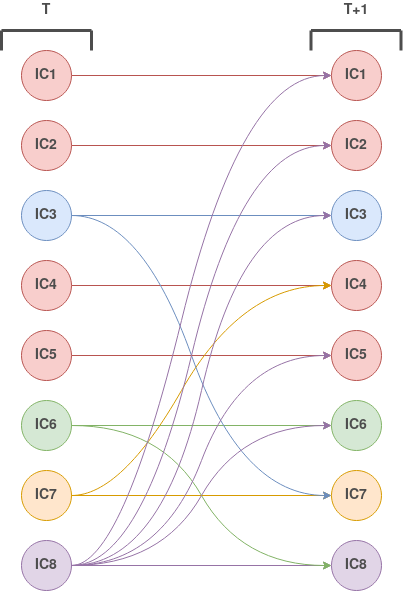
Before: res/brain_model.png, a diagram exported from draw.io (nihil21/neural-connectivity-bayesnet). Source tidied: cells renumbered, new cells last; positions are measured from the earlier drawing's top-left corner, leaving out a move shared by most shapes.
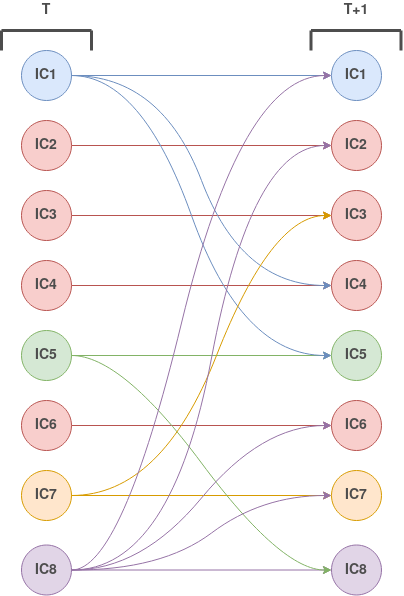
Above is the later version.

The edit, as a diff of the source:
```diff
@@ -2,10 +2,10 @@
   <root>
     <mxCell id="0" />
     <mxCell id="1" parent="0" />
-    <mxCell id="2" style="edgeStyle=orthogonalEdgeStyle;rounded=0;jettySize=auto;html=1;exitX=1;exitY=0.5;exitDx=0;exitDy=0;entryX=0;entryY=0.5;entryDx=0;entryDy=0;fontColor=#FFFFFF;strokeWidth=1;fillColor=#f8cecc;strokeColor=#b85450;" parent="1" edge="1" source="3" target="18">
+    <mxCell id="2" style="edgeStyle=orthogonalEdgeStyle;rounded=0;jettySize=auto;html=1;exitX=1;exitY=0.5;exitDx=0;exitDy=0;entryX=0;entryY=0.5;entryDx=0;entryDy=0;fontColor=#FFFFFF;strokeWidth=1;fillColor=#dae8fc;strokeColor=#6c8ebf;" parent="1" edge="1" source="3" target="18">
       <mxGeometry relative="1" as="geometry" />
     </mxCell>
-    <mxCell id="3" value="&lt;font style=&quot;font-size: 14px&quot; color=&quot;#4D4D4D&quot;&gt;&lt;b&gt;IC1&lt;/b&gt;&lt;/font&gt;" style="ellipse;whiteSpace=wrap;html=1;strokeWidth=1;fillColor=#f8cecc;strokeColor=#b85450;" parent="1" vertex="1">
+    <mxCell id="3" value="&lt;font style=&quot;font-size: 14px&quot; color=&quot;#4D4D4D&quot;&gt;&lt;b&gt;IC1&lt;/b&gt;&lt;/font&gt;" style="ellipse;whiteSpace=wrap;html=1;strokeWidth=1;fillColor=#dae8fc;strokeColor=#6c8ebf;" parent="1" vertex="1">
       <mxGeometry x="20" y="50" width="50" height="50" as="geometry" />
     </mxCell>
     <mxCell id="4" style="edgeStyle=orthogonalEdgeStyle;rounded=0;jettySize=auto;html=1;exitX=1;exitY=0.5;exitDx=0;exitDy=0;entryX=0;entryY=0.5;entryDx=0;entryDy=0;fontColor=#FFFFFF;fillColor=#f8cecc;strokeColor=#b85450;" parent="1" edge="1" source="5" target="19">
@@ -20,37 +20,19 @@
     <mxCell id="7" value="&lt;font style=&quot;font-size: 14px&quot; color=&quot;#4D4D4D&quot;&gt;&lt;b&gt;IC4&lt;/b&gt;&lt;/font&gt;" style="ellipse;whiteSpace=wrap;html=1;fillColor=#f8cecc;strokeColor=#b85450;" parent="1" vertex="1">
       <mxGeometry x="20" y="260" width="50" height="50" as="geometry" />
     </mxCell>
-    <mxCell id="8" style="edgeStyle=orthogonalEdgeStyle;rounded=0;jettySize=auto;html=1;exitX=1;exitY=0.5;exitDx=0;exitDy=0;entryX=0;entryY=0.5;entryDx=0;entryDy=0;fontColor=#FFFFFF;fillColor=#dae8fc;strokeColor=#6c8ebf;" parent="1" edge="1" source="9" target="21">
+    <mxCell id="8" style="edgeStyle=orthogonalEdgeStyle;rounded=0;jettySize=auto;html=1;exitX=1;exitY=0.5;exitDx=0;exitDy=0;entryX=0;entryY=0.5;entryDx=0;entryDy=0;fontColor=#FFFFFF;fillColor=#f8cecc;strokeColor=#b85450;" parent="1" edge="1" source="9" target="21">
       <mxGeometry relative="1" as="geometry" />
     </mxCell>
-    <mxCell id="9" value="&lt;font style=&quot;font-size: 14px&quot; color=&quot;#4D4D4D&quot;&gt;&lt;b&gt;IC3&lt;/b&gt;&lt;/font&gt;" style="ellipse;whiteSpace=wrap;html=1;fillColor=#dae8fc;strokeColor=#6c8ebf;" parent="1" vertex="1">
+    <mxCell id="9" value="&lt;font style=&quot;font-size: 14px&quot; color=&quot;#4D4D4D&quot;&gt;&lt;b&gt;IC3&lt;/b&gt;&lt;/font&gt;" style="ellipse;whiteSpace=wrap;html=1;fillColor=#f8cecc;strokeColor=#b85450;" parent="1" vertex="1">
       <mxGeometry x="20" y="190" width="50" height="50" as="geometry" />
     </mxCell>
-    <mxCell id="10" style="edgeStyle=orthogonalEdgeStyle;rounded=0;jettySize=auto;html=1;exitX=1;exitY=0.5;exitDx=0;exitDy=0;entryX=0;entryY=0.5;entryDx=0;entryDy=0;fontColor=#FFFFFF;fillColor=#d5e8d4;strokeColor=#82b366;" parent="1" edge="1" source="11" target="22">
-      <mxGeometry relative="1" as="geometry" />
-    </mxCell>
-    <mxCell id="11" value="&lt;font style=&quot;font-size: 14px&quot; color=&quot;#4D4D4D&quot;&gt;&lt;b&gt;IC6&lt;/b&gt;&lt;/font&gt;" style="ellipse;whiteSpace=wrap;html=1;fillColor=#d5e8d4;strokeColor=#82b366;" parent="1" vertex="1">
-      <mxGeometry x="20" y="400" width="50" height="50" as="geometry" />
-    </mxCell>
-    <mxCell id="12" style="edgeStyle=orthogonalEdgeStyle;rounded=0;jettySize=auto;html=1;exitX=1;exitY=0.5;exitDx=0;exitDy=0;entryX=0;entryY=0.5;entryDx=0;entryDy=0;fontColor=#FFFFFF;fillColor=#f8cecc;strokeColor=#b85450;" parent="1" edge="1" source="13" target="23">
+    <mxCell id="12" style="edgeStyle=orthogonalEdgeStyle;rounded=0;jettySize=auto;html=1;exitX=1;exitY=0.5;exitDx=0;exitDy=0;entryX=0;entryY=0.5;entryDx=0;entryDy=0;fontColor=#FFFFFF;fillColor=#d5e8d4;strokeColor=#82b366;" parent="1" edge="1" source="13" target="23">
       <mxGeometry relative="1" as="geometry" />
     </mxCell>
-    <mxCell id="13" value="&lt;font style=&quot;font-size: 14px&quot; color=&quot;#4D4D4D&quot;&gt;&lt;b&gt;IC5&lt;/b&gt;&lt;/font&gt;" style="ellipse;whiteSpace=wrap;html=1;fillColor=#f8cecc;strokeColor=#b85450;" parent="1" vertex="1">
+    <mxCell id="13" value="&lt;font style=&quot;font-size: 14px&quot; color=&quot;#4D4D4D&quot;&gt;&lt;b&gt;IC5&lt;/b&gt;&lt;/font&gt;" style="ellipse;whiteSpace=wrap;html=1;fillColor=#d5e8d4;strokeColor=#82b366;" parent="1" vertex="1">
       <mxGeometry x="20" y="330" width="50" height="50" as="geometry" />
     </mxCell>
-    <mxCell id="14" style="edgeStyle=orthogonalEdgeStyle;rounded=0;jettySize=auto;html=1;exitX=1;exitY=0.5;exitDx=0;exitDy=0;entryX=0;entryY=0.5;entryDx=0;entryDy=0;fontColor=#FFFFFF;fillColor=#ffe6cc;strokeColor=#d79b00;" parent="1" edge="1" source="15" target="24">
-      <mxGeometry relative="1" as="geometry" />
-    </mxCell>
-    <mxCell id="15" value="&lt;font style=&quot;font-size: 14px&quot; color=&quot;#4D4D4D&quot;&gt;&lt;b&gt;IC7&lt;/b&gt;&lt;/font&gt;" style="ellipse;whiteSpace=wrap;html=1;fillColor=#ffe6cc;strokeColor=#d79b00;" parent="1" vertex="1">
-      <mxGeometry x="20" y="470" width="50" height="50" as="geometry" />
-    </mxCell>
-    <mxCell id="16" style="edgeStyle=orthogonalEdgeStyle;rounded=0;jettySize=auto;html=1;exitX=1;exitY=0.5;exitDx=0;exitDy=0;entryX=0;entryY=0.5;entryDx=0;entryDy=0;fontColor=#FFFFFF;fillColor=#e1d5e7;strokeColor=#9673a6;" parent="1" edge="1" source="17" target="25">
-      <mxGeometry relative="1" as="geometry" />
-    </mxCell>
-    <mxCell id="17" value="&lt;font style=&quot;font-size: 14px&quot; color=&quot;#4D4D4D&quot;&gt;&lt;b&gt;IC8&lt;/b&gt;&lt;/font&gt;" style="ellipse;whiteSpace=wrap;html=1;fillColor=#e1d5e7;strokeColor=#9673a6;" parent="1" vertex="1">
-      <mxGeometry x="20" y="540" width="50" height="50" as="geometry" />
-    </mxCell>
-    <mxCell id="18" value="&lt;font style=&quot;font-size: 14px&quot; color=&quot;#4D4D4D&quot;&gt;&lt;b&gt;IC1&lt;/b&gt;&lt;/font&gt;" style="ellipse;whiteSpace=wrap;html=1;strokeWidth=1;fillColor=#f8cecc;strokeColor=#b85450;" parent="1" vertex="1">
+    <mxCell id="18" value="&lt;font style=&quot;font-size: 14px&quot; color=&quot;#4D4D4D&quot;&gt;&lt;b&gt;IC1&lt;/b&gt;&lt;/font&gt;" style="ellipse;whiteSpace=wrap;html=1;strokeWidth=1;fillColor=#dae8fc;strokeColor=#6c8ebf;" parent="1" vertex="1">
       <mxGeometry x="330" y="50" width="50" height="50" as="geometry" />
     </mxCell>
     <mxCell id="19" value="&lt;div&gt;&lt;font style=&quot;font-size: 14px&quot; color=&quot;#4D4D4D&quot;&gt;&lt;b&gt;IC2&lt;/b&gt;&lt;/font&gt;&lt;/div&gt;" style="ellipse;whiteSpace=wrap;html=1;fillColor=#f8cecc;strokeColor=#b85450;" parent="1" vertex="1">
@@ -59,21 +41,12 @@
     <mxCell id="20" value="&lt;font style=&quot;font-size: 14px&quot; color=&quot;#4D4D4D&quot;&gt;&lt;b&gt;IC4&lt;/b&gt;&lt;/font&gt;" style="ellipse;whiteSpace=wrap;html=1;fillColor=#f8cecc;strokeColor=#b85450;" parent="1" vertex="1">
       <mxGeometry x="330" y="260" width="50" height="50" as="geometry" />
     </mxCell>
-    <mxCell id="21" value="&lt;font style=&quot;font-size: 14px&quot; color=&quot;#4D4D4D&quot;&gt;&lt;b&gt;IC3&lt;/b&gt;&lt;/font&gt;" style="ellipse;whiteSpace=wrap;html=1;fillColor=#dae8fc;strokeColor=#6c8ebf;" parent="1" vertex="1">
+    <mxCell id="21" value="&lt;font style=&quot;font-size: 14px&quot; color=&quot;#4D4D4D&quot;&gt;&lt;b&gt;IC3&lt;/b&gt;&lt;/font&gt;" style="ellipse;whiteSpace=wrap;html=1;fillColor=#f8cecc;strokeColor=#b85450;" parent="1" vertex="1">
       <mxGeometry x="330" y="190" width="50" height="50" as="geometry" />
     </mxCell>
-    <mxCell id="22" value="&lt;font style=&quot;font-size: 14px&quot; color=&quot;#4D4D4D&quot;&gt;&lt;b&gt;IC6&lt;/b&gt;&lt;/font&gt;" style="ellipse;whiteSpace=wrap;html=1;fillColor=#d5e8d4;strokeColor=#82b366;" parent="1" vertex="1">
-      <mxGeometry x="330" y="400" width="50" height="50" as="geometry" />
-    </mxCell>
-    <mxCell id="23" value="&lt;font style=&quot;font-size: 14px&quot; color=&quot;#4D4D4D&quot;&gt;&lt;b&gt;IC5&lt;/b&gt;&lt;/font&gt;" style="ellipse;whiteSpace=wrap;html=1;fillColor=#f8cecc;strokeColor=#b85450;" parent="1" vertex="1">
+    <mxCell id="23" value="&lt;font style=&quot;font-size: 14px&quot; color=&quot;#4D4D4D&quot;&gt;&lt;b&gt;IC5&lt;/b&gt;&lt;/font&gt;" style="ellipse;whiteSpace=wrap;html=1;fillColor=#d5e8d4;strokeColor=#82b366;" parent="1" vertex="1">
       <mxGeometry x="330" y="330" width="50" height="50" as="geometry" />
     </mxCell>
-    <mxCell id="24" value="&lt;font style=&quot;font-size: 14px&quot; color=&quot;#4D4D4D&quot;&gt;&lt;b&gt;IC7&lt;/b&gt;&lt;/font&gt;" style="ellipse;whiteSpace=wrap;html=1;fillColor=#ffe6cc;strokeColor=#d79b00;" parent="1" vertex="1">
-      <mxGeometry x="330" y="470" width="50" height="50" as="geometry" />
-    </mxCell>
-    <mxCell id="25" value="&lt;font style=&quot;font-size: 14px&quot; color=&quot;#4D4D4D&quot;&gt;&lt;b&gt;IC8&lt;/b&gt;&lt;/font&gt;" style="ellipse;whiteSpace=wrap;html=1;fillColor=#e1d5e7;strokeColor=#9673a6;" parent="1" vertex="1">
-      <mxGeometry x="330" y="540" width="50" height="50" as="geometry" />
-    </mxCell>
     <mxCell id="26" style="endArrow=none;html=1;strokeWidth=3;fontColor=#4D4D4D;strokeColor=#4D4D4D;" parent="1" edge="1">
       <mxGeometry relative="1" as="geometry">
         <mxPoint y="50" as="sourcePoint" />
@@ -116,69 +89,96 @@
     <mxCell id="33" value="&lt;font style=&quot;font-size: 14px&quot;&gt;&lt;b&gt;T&lt;/b&gt;&lt;/font&gt;&lt;b&gt;&lt;font style=&quot;font-size: 14px&quot;&gt;+1&lt;/font&gt;&lt;/b&gt;" style="text;html=1;strokeColor=none;fillColor=none;align=center;verticalAlign=middle;whiteSpace=wrap;rounded=0;fontColor=#4D4D4D;" parent="1" vertex="1">
       <mxGeometry x="335" width="40" height="20" as="geometry" />
     </mxCell>
-    <mxCell id="34" style="curved=1;endArrow=classic;html=1;exitX=1;exitY=0.5;exitDx=0;exitDy=0;entryX=0;entryY=0.5;entryDx=0;entryDy=0;fillColor=#ffe6cc;strokeColor=#d79b00;" parent="1" edge="1" source="15" target="20">
-      <mxGeometry relative="1" as="geometry">
-        <Array as="points">
-          <mxPoint x="120" y="495" />
-          <mxPoint x="240" y="285" />
-        </Array>
-      </mxGeometry>
-    </mxCell>
-    <mxCell id="35" style="curved=1;endArrow=classic;html=1;entryX=0;entryY=0.5;entryDx=0;entryDy=0;fillColor=#dae8fc;strokeColor=#6c8ebf;exitX=1;exitY=0.5;exitDx=0;exitDy=0;" parent="1" edge="1" source="9" target="24">
-      <mxGeometry relative="1" as="geometry">
-        <Array as="points">
-          <mxPoint x="140" y="215" />
-          <mxPoint x="240" y="495" />
-        </Array>
-      </mxGeometry>
-    </mxCell>
-    <mxCell id="36" style="curved=1;endArrow=classic;html=1;exitX=1;exitY=0.5;exitDx=0;exitDy=0;entryX=0;entryY=0.5;entryDx=0;entryDy=0;fillColor=#d5e8d4;strokeColor=#82b366;" parent="1" edge="1" source="11" target="25">
-      <mxGeometry relative="1" as="geometry">
-        <Array as="points">
-          <mxPoint x="160" y="425" />
-          <mxPoint x="240" y="565" />
-        </Array>
-      </mxGeometry>
-    </mxCell>
-    <mxCell id="37" style="curved=1;endArrow=classic;html=1;exitX=1;exitY=0.5;exitDx=0;exitDy=0;entryX=0;entryY=0.5;entryDx=0;entryDy=0;fillColor=#e1d5e7;strokeColor=#9673a6;" parent="1" edge="1" source="17" target="18">
-      <mxGeometry relative="1" as="geometry">
-        <Array as="points">
-          <mxPoint x="120" y="565" />
-          <mxPoint x="240" y="75" />
-        </Array>
-      </mxGeometry>
-    </mxCell>
-    <mxCell id="38" style="curved=1;endArrow=classic;html=1;exitX=1;exitY=0.5;exitDx=0;exitDy=0;entryX=0;entryY=0.5;entryDx=0;entryDy=0;fillColor=#e1d5e7;strokeColor=#9673a6;" parent="1" edge="1" source="17" target="19">
-      <mxGeometry relative="1" as="geometry">
-        <Array as="points">
-          <mxPoint x="140" y="565" />
-          <mxPoint x="240" y="145" />
-        </Array>
-      </mxGeometry>
-    </mxCell>
-    <mxCell id="39" style="curved=1;endArrow=classic;html=1;exitX=1;exitY=0.5;exitDx=0;exitDy=0;entryX=0;entryY=0.5;entryDx=0;entryDy=0;fillColor=#e1d5e7;strokeColor=#9673a6;" parent="1" edge="1" source="17" target="21">
-      <mxGeometry relative="1" as="geometry">
-        <Array as="points">
-          <mxPoint x="160" y="565" />
-          <mxPoint x="240" y="215" />
-        </Array>
-      </mxGeometry>
-    </mxCell>
-    <mxCell id="40" style="curved=1;endArrow=classic;html=1;exitX=1;exitY=0.5;exitDx=0;exitDy=0;entryX=0;entryY=0.5;entryDx=0;entryDy=0;fillColor=#e1d5e7;strokeColor=#9673a6;" parent="1" edge="1" source="17" target="23">
-      <mxGeometry relative="1" as="geometry">
-        <Array as="points">
-          <mxPoint x="160" y="565" />
-          <mxPoint x="240" y="355" />
-        </Array>
-      </mxGeometry>
-    </mxCell>
-    <mxCell id="41" style="curved=1;endArrow=classic;html=1;exitX=1;exitY=0.5;exitDx=0;exitDy=0;entryX=0;entryY=0.5;entryDx=0;entryDy=0;fillColor=#e1d5e7;strokeColor=#9673a6;" parent="1" edge="1" source="17" target="22">
-      <mxGeometry relative="1" as="geometry">
-        <Array as="points">
-          <mxPoint x="160" y="565" />
-          <mxPoint x="240" y="425" />
-        </Array>
-      </mxGeometry>
-    </mxCell>
+    <mxCell id="42" style="edgeStyle=orthogonalEdgeStyle;rounded=0;jettySize=auto;html=1;exitX=1;exitY=0.5;exitDx=0;exitDy=0;entryX=0;entryY=0.5;entryDx=0;entryDy=0;fontColor=#FFFFFF;strokeWidth=1;fillColor=#f8cecc;strokeColor=#b85450;" parent="1" edge="1" source="43" target="44">
+      <mxGeometry relative="1" as="geometry" />
+    </mxCell>
+    <mxCell id="43" value="&lt;font style=&quot;font-size: 14px&quot; color=&quot;#4D4D4D&quot;&gt;&lt;b&gt;IC6&lt;/b&gt;&lt;/font&gt;" style="ellipse;whiteSpace=wrap;html=1;strokeWidth=1;fillColor=#f8cecc;strokeColor=#b85450;" parent="1" vertex="1">
+      <mxGeometry x="20" y="400" width="50" height="50" as="geometry" />
+    </mxCell>
+    <mxCell id="44" value="&lt;font style=&quot;font-size: 14px&quot; color=&quot;#4D4D4D&quot;&gt;&lt;b&gt;IC6&lt;/b&gt;&lt;/font&gt;" style="ellipse;whiteSpace=wrap;html=1;strokeWidth=1;fillColor=#f8cecc;strokeColor=#b85450;" parent="1" vertex="1">
+      <mxGeometry x="330" y="400" width="50" height="50" as="geometry" />
+    </mxCell>
+    <mxCell id="45" style="edgeStyle=orthogonalEdgeStyle;rounded=0;jettySize=auto;html=1;exitX=1;exitY=0.5;exitDx=0;exitDy=0;entryX=0;entryY=0.5;entryDx=0;entryDy=0;fontColor=#FFFFFF;strokeWidth=1;fillColor=#e1d5e7;strokeColor=#9673a6;" parent="1" edge="1" source="46" target="47">
+      <mxGeometry relative="1" as="geometry" />
+    </mxCell>
+    <mxCell id="46" value="&lt;font style=&quot;font-size: 14px&quot; color=&quot;#4D4D4D&quot;&gt;&lt;b&gt;IC8&lt;/b&gt;&lt;/font&gt;" style="ellipse;whiteSpace=wrap;html=1;strokeWidth=1;fillColor=#e1d5e7;strokeColor=#9673a6;" parent="1" vertex="1">
+      <mxGeometry x="20" y="544.5" width="50" height="50" as="geometry" />
+    </mxCell>
+    <mxCell id="47" value="&lt;font style=&quot;font-size: 14px&quot; color=&quot;#4D4D4D&quot;&gt;&lt;b&gt;IC8&lt;/b&gt;&lt;/font&gt;" style="ellipse;whiteSpace=wrap;html=1;strokeWidth=1;fillColor=#e1d5e7;strokeColor=#9673a6;" parent="1" vertex="1">
+      <mxGeometry x="330" y="544.5" width="50" height="50" as="geometry" />
+    </mxCell>
+    <mxCell id="48" style="edgeStyle=orthogonalEdgeStyle;rounded=0;jettySize=auto;html=1;exitX=1;exitY=0.5;exitDx=0;exitDy=0;entryX=0;entryY=0.5;entryDx=0;entryDy=0;fontColor=#FFFFFF;strokeWidth=1;fillColor=#ffe6cc;strokeColor=#d79b00;" parent="1" edge="1" source="49" target="50">
+      <mxGeometry relative="1" as="geometry" />
+    </mxCell>
+    <mxCell id="49" value="&lt;font style=&quot;font-size: 14px&quot; color=&quot;#4D4D4D&quot;&gt;&lt;b&gt;IC7&lt;/b&gt;&lt;/font&gt;" style="ellipse;whiteSpace=wrap;html=1;strokeWidth=1;fillColor=#ffe6cc;strokeColor=#d79b00;" parent="1" vertex="1">
+      <mxGeometry x="20" y="470" width="50" height="50" as="geometry" />
+    </mxCell>
+    <mxCell id="50" value="&lt;font style=&quot;font-size: 14px&quot; color=&quot;#4D4D4D&quot;&gt;&lt;b&gt;IC7&lt;/b&gt;&lt;/font&gt;" style="ellipse;whiteSpace=wrap;html=1;strokeWidth=1;fillColor=#ffe6cc;strokeColor=#d79b00;" parent="1" vertex="1">
+      <mxGeometry x="330" y="470" width="50" height="50" as="geometry" />
+    </mxCell>
+    <mxCell id="51" style="curved=1;endArrow=classic;html=1;entryX=0;entryY=0.5;entryDx=0;entryDy=0;fillColor=#dae8fc;strokeColor=#6c8ebf;exitX=1;exitY=0.5;exitDx=0;exitDy=0;" parent="1" edge="1" source="3" target="20">
+      <mxGeometry relative="1" as="geometry">
+        <Array as="points">
+          <mxPoint x="160" y="75" />
+          <mxPoint x="240" y="285" />
+        </Array>
+      </mxGeometry>
+    </mxCell>
+    <mxCell id="52" style="curved=1;endArrow=classic;html=1;entryX=0;entryY=0.5;entryDx=0;entryDy=0;fillColor=#dae8fc;strokeColor=#6c8ebf;exitX=1;exitY=0.5;exitDx=0;exitDy=0;" parent="1" edge="1" source="3" target="23">
+      <mxGeometry relative="1" as="geometry">
+        <Array as="points">
+          <mxPoint x="140" y="75" />
+          <mxPoint x="240" y="355" />
+        </Array>
+      </mxGeometry>
+    </mxCell>
+    <mxCell id="53" style="curved=1;endArrow=classic;html=1;entryX=0;entryY=0.5;entryDx=0;entryDy=0;fillColor=#d5e8d4;strokeColor=#82b366;exitX=1;exitY=0.5;exitDx=0;exitDy=0;" parent="1" edge="1" source="13" target="47">
+      <mxGeometry relative="1" as="geometry">
+        <Array as="points">
+          <mxPoint x="120" y="355" />
+          <mxPoint x="280" y="570" />
+        </Array>
+      </mxGeometry>
+    </mxCell>
+    <mxCell id="54" style="curved=1;endArrow=classic;html=1;entryX=0;entryY=0.5;entryDx=0;entryDy=0;fillColor=#ffe6cc;strokeColor=#d79b00;exitX=1;exitY=0.5;exitDx=0;exitDy=0;" parent="1" edge="1" source="49" target="21">
+      <mxGeometry relative="1" as="geometry">
+        <Array as="points">
+          <mxPoint x="160" y="495" />
+          <mxPoint x="270" y="215" />
+        </Array>
+      </mxGeometry>
+    </mxCell>
+    <mxCell id="55" style="curved=1;endArrow=classic;html=1;entryX=0;entryY=0.5;entryDx=0;entryDy=0;fillColor=#e1d5e7;strokeColor=#9673a6;exitX=1;exitY=0.5;exitDx=0;exitDy=0;" parent="1" edge="1" source="46" target="18">
+      <mxGeometry relative="1" as="geometry">
+        <Array as="points">
+          <mxPoint x="120" y="570" />
+          <mxPoint x="240" y="75" />
+        </Array>
+      </mxGeometry>
+    </mxCell>
+    <mxCell id="56" style="curved=1;endArrow=classic;html=1;entryX=0;entryY=0.5;entryDx=0;entryDy=0;fillColor=#e1d5e7;strokeColor=#9673a6;exitX=1;exitY=0.5;exitDx=0;exitDy=0;" parent="1" edge="1" source="46" target="19">
+      <mxGeometry relative="1" as="geometry">
+        <Array as="points">
+          <mxPoint x="170" y="570" />
+          <mxPoint x="250" y="145" />
+        </Array>
+      </mxGeometry>
+    </mxCell>
+    <mxCell id="57" style="curved=1;endArrow=classic;html=1;entryX=0;entryY=0.5;entryDx=0;entryDy=0;fillColor=#e1d5e7;strokeColor=#9673a6;exitX=1;exitY=0.5;exitDx=0;exitDy=0;" parent="1" edge="1" source="46" target="44">
+      <mxGeometry relative="1" as="geometry">
+        <Array as="points">
+          <mxPoint x="140" y="570" />
+          <mxPoint x="260" y="425" />
+        </Array>
+      </mxGeometry>
+    </mxCell>
+    <mxCell id="58" style="curved=1;endArrow=classic;html=1;entryX=0;entryY=0.5;entryDx=0;entryDy=0;fillColor=#e1d5e7;strokeColor=#9673a6;exitX=1;exitY=0.5;exitDx=0;exitDy=0;" parent="1" edge="1" source="46" target="50">
+      <mxGeometry relative="1" as="geometry">
+        <Array as="points">
+          <mxPoint x="160" y="570" />
+          <mxPoint x="260" y="495" />
+        </Array>
+      </mxGeometry>
+    </mxCell>
   </root>
 </mxGraphModel>
```
